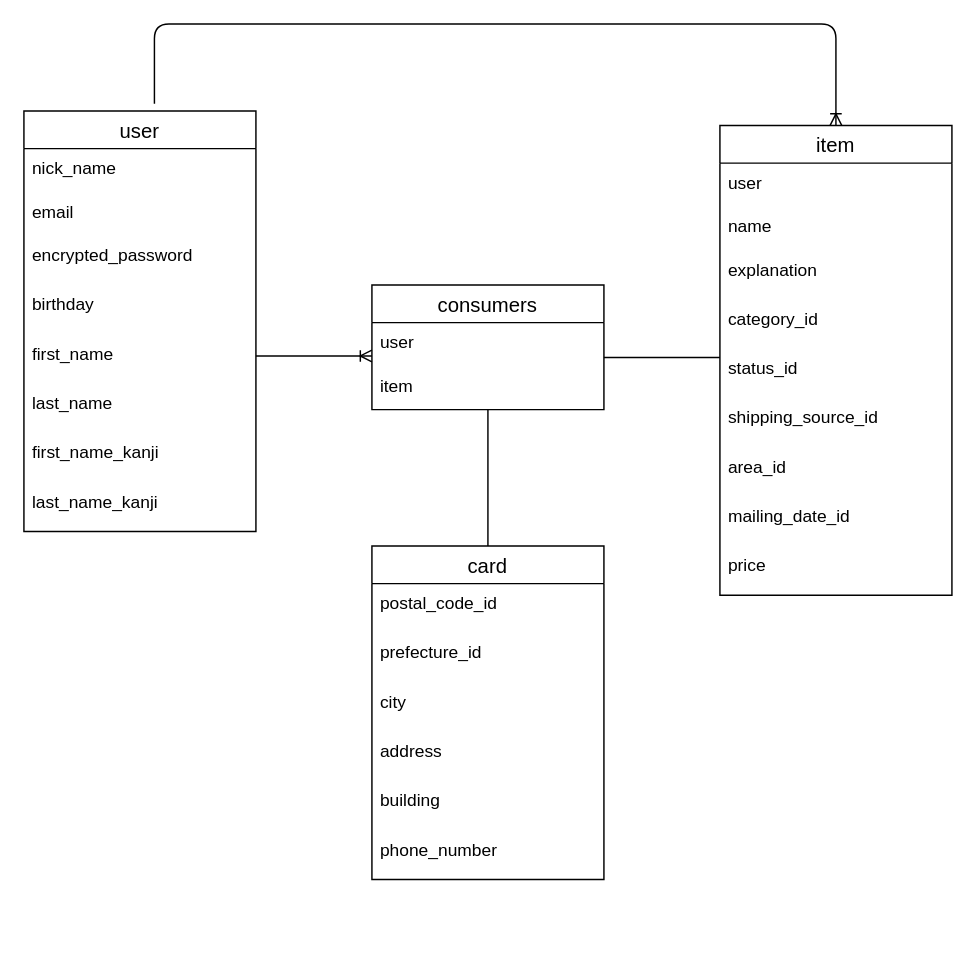
Earlier version of the draw.io diagram furima.dio (osushizuki/furima-36044). Source tidied: cells renumbered, new cells numbered last; positions are measured from the earlier drawing's top-left corner, leaving out a move shared by most shapes. Both pictures are drawn from the tidied source at 145%, with x=0, y=0 at pixel (23, 23).
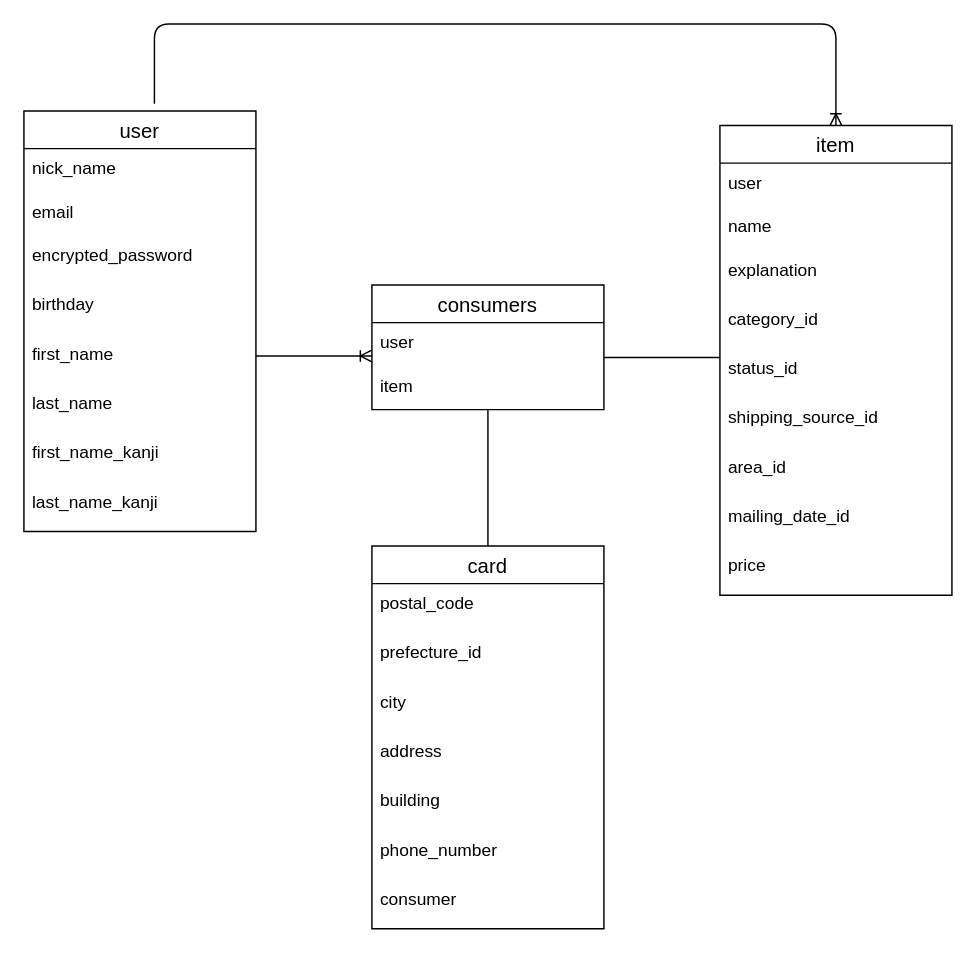
The same diagram, later.

Commit message:
データベース設計ER図修正

Diff of the diagram source:
```diff
@@
     <mxCell id="21" value="card" style="swimlane;fontStyle=0;horizontal=1;startSize=26;align=center;fontSize=14;" parent="1" vertex="1">
-      <mxGeometry x="240" y="360" width="160" height="230" as="geometry" />
+      <mxGeometry x="240" y="360" width="160" height="264" as="geometry" />
     </mxCell>
-    <mxCell id="22" value="postal_code_id" style="text;strokeColor=none;fillColor=none;spacingLeft=4;spacingRight=4;overflow=hidden;fontSize=12;" parent="21" vertex="1">
+    <mxCell id="22" value="postal_code" style="text;strokeColor=none;fillColor=none;spacingLeft=4;spacingRight=4;overflow=hidden;fontSize=12;" parent="21" vertex="1">
       <mxGeometry y="26" width="160" height="34" as="geometry" />
     </mxCell>
@@
+    <mxCell id="35" value="phone_number" style="text;strokeColor=none;fillColor=none;spacingLeft=4;spacingRight=4;overflow=hidden;fontSize=12;" parent="21" vertex="1">
+      <mxGeometry y="196" width="160" height="34" as="geometry" />
+    </mxCell>
-    <mxCell id="27" value="phone_number" style="text;strokeColor=none;fillColor=none;spacingLeft=4;spacingRight=4;overflow=hidden;fontSize=12;" parent="21" vertex="1">
-      <mxGeometry y="196" width="160" height="34" as="geometry" />
+    <mxCell id="27" value="consumer" style="text;strokeColor=none;fillColor=none;spacingLeft=4;spacingRight=4;overflow=hidden;fontSize=12;" parent="21" vertex="1">
+      <mxGeometry y="230" width="160" height="34" as="geometry" />
     </mxCell>
```
